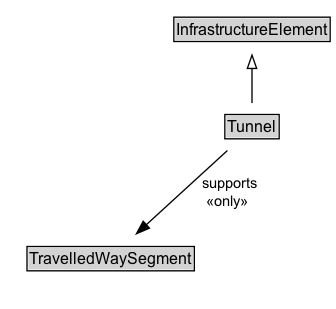
The Graphviz diagram docs/diagrams/Tunnel.dot.png in ISO-TC204/ontology-cdm-p2-v1, before a commit. Its source is kept beside it as docs/diagrams/Tunnel.dot. The source it was exported from:
```dot
digraph {
	graph [overlap=false rankdir=TB splines=true]
	node [fontname=Arial fontsize=12 margin=0 shape=none]
	edge [fontname=Arial fontsize=11]
	{
		rank=max
		Tunnel [label=<<TABLE BORDER="1" CELLBORDER="0" CELLSPACING="0" CELLPADDING="1"><TR><TD BGCOLOR="lightgray" ALIGN="CENTER" PORT="e">Tunnel</TD></TR></TABLE>> URL="../Tunnel.md" margin=0]
	}
	subgraph cluster_associated {
		label="" style=invis
		Invis [label=<<TABLE BORDER="0" CELLBORDER="0" CELLSPACING="0" CELLPADDING="1"><TR><TD></TD></TR></TABLE>> margin=0 style=invis]
		TravelledWaySegment [label=<<TABLE BORDER="1" CELLBORDER="0" CELLSPACING="0" CELLPADDING="1"><TR><TD BGCOLOR="lightgray" ALIGN="CENTER">TravelledWaySegment</TD></TR></TABLE>> URL="../TravelledWaySegment.md" margin=0]
	}
	InfrastructureElement [label=<<TABLE BORDER="1" CELLBORDER="0" CELLSPACING="0" CELLPADDING="1"><TR><TD BGCOLOR="lightgray" ALIGN="CENTER">InfrastructureElement</TD></TR></TABLE>> URL="../InfrastructureElement.md" margin=0]
	Tunnel -> InfrastructureElement [arrowhead=onormal style=solid]
	Tunnel -> Invis [style=invis]
	Invis -> TravelledWaySegment [style=invis]
	Tunnel -> TravelledWaySegment [label=" supports
 «only»  " arrowhead=normal style=solid]
}
```
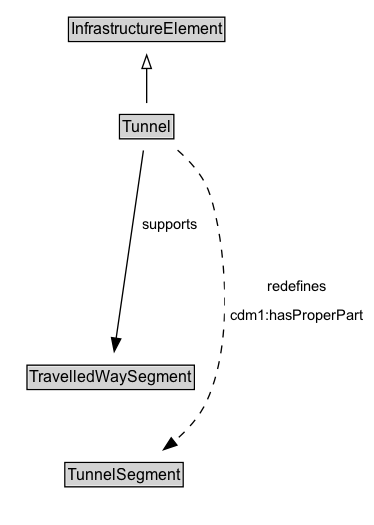
The same file after the commit.

Change to the diagram source:
```diff
@@ -3,18 +3,25 @@
 	node [fontname=Arial fontsize=12 margin=0 shape=none]
 	edge [fontname=Arial fontsize=11]
 	{
+		rank=source
+		InfrastructureElement [label=<<TABLE BORDER="1" CELLBORDER="0" CELLSPACING="0" CELLPADDING="1"><TR><TD BGCOLOR="lightgray" ALIGN="CENTER">InfrastructureElement</TD></TR></TABLE>> URL="../InfrastructureElement" margin=0]
+	}
+	Tunnel [label=<<TABLE BORDER="1" CELLBORDER="0" CELLSPACING="0" CELLPADDING="1"><TR><TD BGCOLOR="lightgray" ALIGN="CENTER">Tunnel</TD></TR></TABLE>> URL="../Tunnel" margin=0]
+	{
 		rank=max
-		Tunnel [label=<<TABLE BORDER="1" CELLBORDER="0" CELLSPACING="0" CELLPADDING="1"><TR><TD BGCOLOR="lightgray" ALIGN="CENTER" PORT="e">Tunnel</TD></TR></TABLE>> URL="../Tunnel.md" margin=0]
 	}
 	subgraph cluster_associated {
 		label="" style=invis
 		Invis [label=<<TABLE BORDER="0" CELLBORDER="0" CELLSPACING="0" CELLPADDING="1"><TR><TD></TD></TR></TABLE>> margin=0 style=invis]
-		TravelledWaySegment [label=<<TABLE BORDER="1" CELLBORDER="0" CELLSPACING="0" CELLPADDING="1"><TR><TD BGCOLOR="lightgray" ALIGN="CENTER">TravelledWaySegment</TD></TR></TABLE>> URL="../TravelledWaySegment.md" margin=0]
+		TravelledWaySegment [label=<<TABLE BORDER="1" CELLBORDER="0" CELLSPACING="0" CELLPADDING="1"><TR><TD BGCOLOR="lightgray" ALIGN="CENTER">TravelledWaySegment</TD></TR></TABLE>> URL="../TravelledWaySegment" margin=0]
+		TunnelSegment [label=<<TABLE BORDER="1" CELLBORDER="0" CELLSPACING="0" CELLPADDING="1"><TR><TD BGCOLOR="lightgray" ALIGN="CENTER">TunnelSegment</TD></TR></TABLE>> URL="../TunnelSegment" margin=0]
 	}
-	InfrastructureElement [label=<<TABLE BORDER="1" CELLBORDER="0" CELLSPACING="0" CELLPADDING="1"><TR><TD BGCOLOR="lightgray" ALIGN="CENTER">InfrastructureElement</TD></TR></TABLE>> URL="../InfrastructureElement.md" margin=0]
 	Tunnel -> InfrastructureElement [arrowhead=onormal style=solid]
 	Tunnel -> Invis [style=invis]
 	Invis -> TravelledWaySegment [style=invis]
-	Tunnel -> TravelledWaySegment [label=" supports
- «only»  " arrowhead=normal style=solid]
+	TravelledWaySegment -> TunnelSegment [style=invis]
+	TravelledWaySegment [label=<<TABLE BORDER="1" CELLBORDER="0" CELLSPACING="0" CELLPADDING="1"><TR><TD BGCOLOR="lightgray" ALIGN="CENTER">TravelledWaySegment</TD></TR></TABLE>> URL="../TravelledWaySegment" margin=0]
+	Tunnel -> TravelledWaySegment [label=<<TABLE BORDER="0" CELLBORDER="0" CELLSPACING="0" CELLPADDING="4" BGCOLOR="white"><TR><TD ALIGN="CENTER">supports</TD></TR></TABLE>> arrowhead=normal style=solid]
+	TunnelSegment [label=<<TABLE BORDER="1" CELLBORDER="0" CELLSPACING="0" CELLPADDING="1"><TR><TD BGCOLOR="lightgray" ALIGN="CENTER">TunnelSegment</TD></TR></TABLE>> URL="../TunnelSegment" margin=0]
+	Tunnel -> TunnelSegment [label=<<TABLE BORDER="0" CELLBORDER="0" CELLSPACING="0" CELLPADDING="4" BGCOLOR="white"><TR><TD ALIGN="CENTER">redefines</TD></TR><TR><TD ALIGN="CENTER">cdm1:hasProperPart</TD></TR></TABLE>> arrowhead=normal style=dashed]
 }
```
